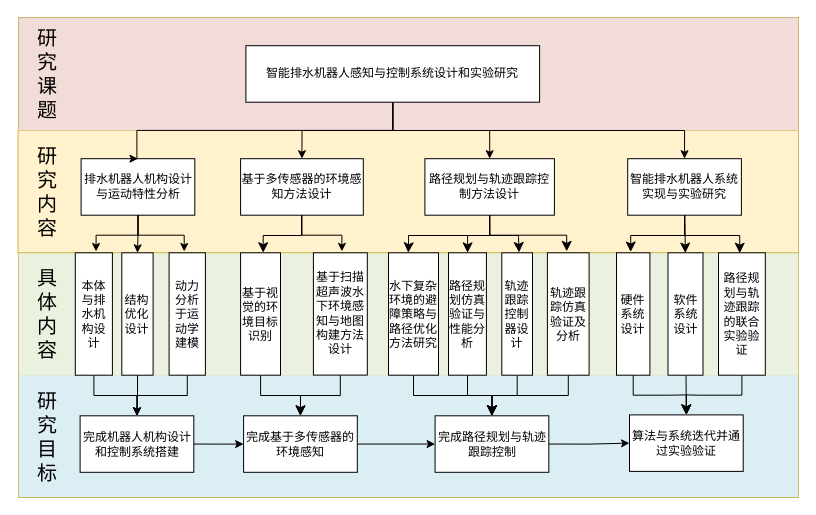
The draw.io diagram lcy.drawio in lcy958756276-dev/my_llm_training, before the edit. Source tidied: cells renumbered, new cells numbered last; positions are measured from the earlier drawing's top-left corner, leaving out a move shared by most shapes. Both pictures are drawn from the tidied source at 100%, with x=0, y=0 at pixel (17, 17).
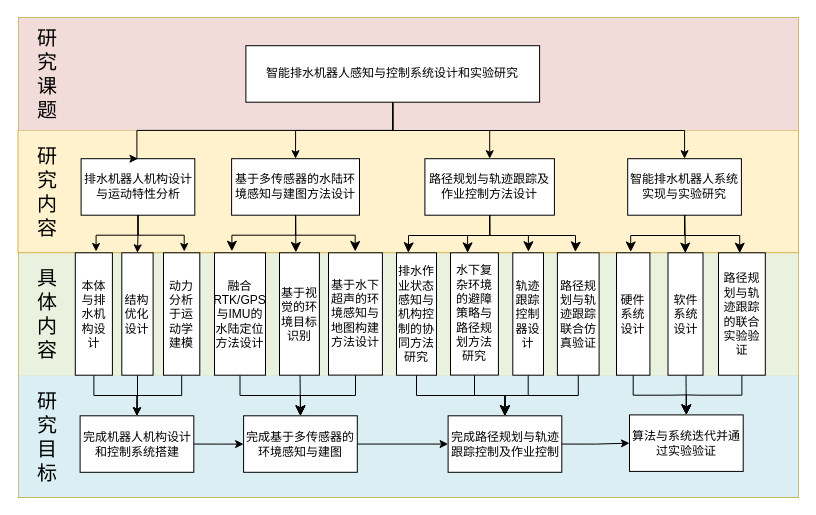
Above is the later version.

The change refers to these unchanged cells:
```xml
<mxCell id="2" style="group;fillColor=#e3c800;fontColor=#000000;strokeColor=#B09500;" parent="1" vertex="1">
  <mxGeometry x="1" width="780" height="480" as="geometry" />
</mxCell>
<mxCell id="5" style="rounded=0;whiteSpace=wrap;html=1;fillColor=#fff2cc;strokeColor=#d6b656;" parent="2" vertex="1">
  <mxGeometry x="-0.5" y="112.9" width="780.5" height="122.3" as="geometry" />
</mxCell>
```

The edit, as a diff of the source:
```diff
@@
     <mxCell id="14" value="动力分析于运动学建模" style="rounded=0;whiteSpace=wrap;html=1;fontFamily=宋体;" parent="2" vertex="1">
-      <mxGeometry x="150.6" y="235.3" width="36.3" height="122.4" as="geometry" />
+      <mxGeometry x="145" y="235.3" width="36.3" height="122.4" as="geometry" />
     </mxCell>
-    <mxCell id="15" value="基于多传感器的环境感知方法设计" style="rounded=0;whiteSpace=wrap;html=1;fontFamily=宋体;" parent="2" vertex="1">
-      <mxGeometry x="222.1" y="141.2" width="122.7" height="56.5" as="geometry" />
+    <mxCell id="15" value="基于多传感器的水陆环境感知与建图方法设计" style="rounded=0;whiteSpace=wrap;html=1;fontFamily=宋体;" parent="2" vertex="1">
+      <mxGeometry x="213.1" y="141.2" width="127.9" height="56.5" as="geometry" />
     </mxCell>
-    <mxCell id="16" style="edgeStyle=orthogonalEdgeStyle;rounded=0;jettySize=auto;html=1;entryX=0.5;entryY=0;entryDx=0;entryDy=0;fontSize=12;startSize=8;endSize=8;" parent="2" edge="1" source="17" target="34">
+    <mxCell id="16" style="edgeStyle=none;curved=1;rounded=0;jettySize=auto;html=1;entryX=0.5;entryY=0;entryDx=0;entryDy=0;fontSize=12;startSize=8;endSize=8;" parent="2" edge="1" source="17" target="34">
       <mxGeometry relative="1" as="geometry" />
     </mxCell>
     <mxCell id="17" value="基于视觉的环境目标识别" style="rounded=0;whiteSpace=wrap;html=1;fontFamily=宋体;" parent="2" vertex="1">
-      <mxGeometry x="222.1" y="235.3" width="39.9" height="122.4" as="geometry" />
+      <mxGeometry x="261" y="235.3" width="39.9" height="122.4" as="geometry" />
     </mxCell>
@@
-    <mxCell id="19" value="路径规划与轨迹跟踪控制方法设计" style="rounded=0;whiteSpace=wrap;html=1;fontFamily=宋体;" parent="2" vertex="1">
+    <mxCell id="19" value="路径规划与轨迹跟踪及作业控制方法设计" style="rounded=0;whiteSpace=wrap;html=1;fontFamily=宋体;" parent="2" vertex="1">
       <mxGeometry x="406.4" y="141.2" width="129.5" height="56.5" as="geometry" />
     </mxCell>
@@
     <mxCell id="21" value="轨迹跟踪控制器设计" style="rounded=0;whiteSpace=wrap;html=1;fontFamily=宋体;" parent="2" vertex="1">
-      <mxGeometry x="483.3" y="235.3" width="30.7" height="122.4" as="geometry" />
+      <mxGeometry x="494.3" y="235.3" width="30.7" height="122.4" as="geometry" />
     </mxCell>
-    <mxCell id="22" style="edgeStyle=orthogonalEdgeStyle;rounded=0;jettySize=auto;html=1;entryX=0.5;entryY=0;entryDx=0;entryDy=0;fontSize=12;startSize=8;endSize=8;" parent="2" edge="1" source="23" target="36">
+    <mxCell id="22" style="edgeStyle=orthogonalEdgeStyle;rounded=0;jettySize=auto;html=1;entryX=0.5;entryY=0;entryDx=0;entryDy=0;fontSize=12;startSize=8;endSize=8;exitX=0.5;exitY=1;exitDx=0;exitDy=0;" parent="2" edge="1" source="23" target="36">
       <mxGeometry relative="1" as="geometry" />
     </mxCell>
-    <mxCell id="23" value="水下复杂环境的避障策略与路径优化方法研究" style="rounded=0;whiteSpace=wrap;html=1;fontFamily=宋体;" parent="2" vertex="1">
-      <mxGeometry x="370" y="235.3" width="50" height="122.4" as="geometry" />
+    <mxCell id="23" value="&lt;div&gt;排水作业状态感知与机构控制的协同方法研究&lt;/div&gt;" style="rounded=0;whiteSpace=wrap;html=1;fontFamily=宋体;" parent="2" vertex="1">
+      <mxGeometry x="378" y="235.3" width="40" height="122.4" as="geometry" />
     </mxCell>
@@
-    <mxCell id="34" value="完成基于多传感器的环境感知" style="rounded=0;whiteSpace=wrap;html=1;fontFamily=宋体;" parent="2" vertex="1">
+    <mxCell id="34" value="完成基于多传感器的环境感知与建图" style="rounded=0;whiteSpace=wrap;html=1;fontFamily=宋体;" parent="2" vertex="1">
       <mxGeometry x="225.1" y="398.3" width="113.7" height="56.5" as="geometry" />
     </mxCell>
@@
-    <mxCell id="36" value="完成路径规划与轨迹跟踪控制" style="rounded=0;whiteSpace=wrap;html=1;fontFamily=宋体;" parent="2" vertex="1">
-      <mxGeometry x="416.6" y="398.3" width="113.7" height="56.5" as="geometry" />
+    <mxCell id="36" value="完成路径规划与轨迹跟踪控制及作业控制" style="rounded=0;whiteSpace=wrap;html=1;fontFamily=宋体;" parent="2" vertex="1">
+      <mxGeometry x="429.6" y="398.3" width="113.7" height="56.5" as="geometry" />
     </mxCell>
@@
-    <mxCell id="47" style="edgeStyle=orthogonalEdgeStyle;rounded=0;jettySize=auto;html=1;entryX=0.5;entryY=0;entryDx=0;entryDy=0;fontSize=12;startSize=8;endSize=8;" parent="2" edge="1" source="48" target="36">
+    <mxCell id="47" style="edgeStyle=orthogonalEdgeStyle;rounded=0;jettySize=auto;html=1;entryX=0.5;entryY=0;entryDx=0;entryDy=0;fontSize=12;startSize=8;endSize=8;exitX=0.5;exitY=1;exitDx=0;exitDy=0;" parent="2" edge="1" source="48" target="36">
       <mxGeometry relative="1" as="geometry" />
     </mxCell>
-    <mxCell id="48" value="轨迹跟踪仿真验证及分析" style="rounded=0;whiteSpace=wrap;html=1;fontFamily=宋体;" parent="2" vertex="1">
-      <mxGeometry x="528.9" y="235.3" width="41.7" height="122.4" as="geometry" />
+    <mxCell id="48" value="路径规划与轨迹跟踪联合仿真验证" style="rounded=0;whiteSpace=wrap;html=1;fontFamily=宋体;" parent="2" vertex="1">
+      <mxGeometry x="538.9" y="235.3" width="41.7" height="122.4" as="geometry" />
     </mxCell>
@@
-    <mxCell id="50" value="基于扫描超声波水下环境感知与地图构建方法设计" style="rounded=0;whiteSpace=wrap;html=1;fontFamily=宋体;" parent="2" vertex="1">
-      <mxGeometry x="294.9" y="235.3" width="53.9" height="122.3" as="geometry" />
+    <mxCell id="50" value="基于水下超声的环境感知与地图构建方法设计" style="rounded=0;whiteSpace=wrap;html=1;fontFamily=宋体;" parent="2" vertex="1">
+      <mxGeometry x="310" y="235.3" width="53.9" height="122.3" as="geometry" />
     </mxCell>
-    <mxCell id="51" style="edgeStyle=orthogonalEdgeStyle;rounded=0;orthogonalLoop=1;jettySize=auto;html=1;entryX=0.327;entryY=0.999;entryDx=0;entryDy=0;entryPerimeter=0;fontSize=12;startSize=8;endSize=8;" parent="2" edge="1">
-      <mxGeometry relative="1" as="geometry">
-        <mxPoint x="283" y="197.6" as="sourcePoint" />
-        <mxPoint x="244.7" y="235.2" as="targetPoint" />
-        <Array as="points">
-          <mxPoint x="283" y="218" />
-          <mxPoint x="245" y="218" />
-        </Array>
-      </mxGeometry>
-    </mxCell>
-    <mxCell id="52" style="edgeStyle=orthogonalEdgeStyle;rounded=0;jettySize=auto;html=1;entryX=0.5;entryY=0;entryDx=0;entryDy=0;fontSize=12;startSize=8;endSize=8;" parent="2" edge="1" source="53" target="36">
-      <mxGeometry relative="1" as="geometry" />
-    </mxCell>
-    <mxCell id="53" value="路径规划仿真验证与性能分析" style="rounded=0;whiteSpace=wrap;html=1;fontFamily=宋体;" parent="2" vertex="1">
-      <mxGeometry x="430" y="235.3" width="37.9" height="122.4" as="geometry" />
-    </mxCell>
@@
-    <mxCell id="55" style="edgeStyle=orthogonalEdgeStyle;rounded=0;jettySize=auto;html=1;entryX=0.642;entryY=0.998;entryDx=0;entryDy=0;entryPerimeter=0;fontSize=12;startSize=8;endSize=8;exitX=0.5;exitY=1;exitDx=0;exitDy=0;" parent="2" edge="1" source="19" target="5">
-      <mxGeometry relative="1" as="geometry">
-        <Array as="points">
-          <mxPoint x="471" y="218" />
-          <mxPoint x="500" y="218" />
-          <mxPoint x="500" y="220" />
-          <mxPoint x="501" y="220" />
-        </Array>
-      </mxGeometry>
-    </mxCell>
-    <mxCell id="56" style="edgeStyle=orthogonalEdgeStyle;rounded=0;jettySize=auto;html=1;entryX=0.703;entryY=0.989;entryDx=0;entryDy=0;entryPerimeter=0;fontSize=12;startSize=8;endSize=8;exitX=0.5;exitY=1;exitDx=0;exitDy=0;" parent="2" edge="1" source="19" target="5">
-      <mxGeometry relative="1" as="geometry" />
-    </mxCell>
@@
-    <mxCell id="60" style="edgeStyle=orthogonalEdgeStyle;rounded=0;jettySize=auto;html=1;entryX=0.415;entryY=0.989;entryDx=0;entryDy=0;entryPerimeter=0;" parent="2" edge="1" source="15" target="5">
-      <mxGeometry relative="1" as="geometry" />
-    </mxCell>
@@
+    <mxCell id="63" style="edgeStyle=orthogonalEdgeStyle;rounded=0;jettySize=auto;html=1;entryX=0.5;entryY=0;entryDx=0;entryDy=0;fontSize=12;startSize=8;endSize=8;" parent="2" edge="1" source="64" target="34">
+      <mxGeometry relative="1" as="geometry" />
+    </mxCell>
+    <mxCell id="64" value="融合RTK/GPS与IMU的水陆定位方法设计" style="rounded=0;whiteSpace=wrap;html=1;fontFamily=宋体;" parent="2" vertex="1">
+      <mxGeometry x="196" y="235.3" width="51" height="122.4" as="geometry" />
+    </mxCell>
+    <mxCell id="65" style="edgeStyle=orthogonalEdgeStyle;rounded=0;jettySize=auto;html=1;entryX=0.714;entryY=0.994;entryDx=0;entryDy=0;entryPerimeter=0;fontSize=12;startSize=8;endSize=8;exitX=0.5;exitY=1;exitDx=0;exitDy=0;" parent="2" edge="1" source="19" target="5">
+      <mxGeometry relative="1" as="geometry">
+        <Array as="points">
+          <mxPoint x="471" y="218" />
+          <mxPoint x="557" y="218" />
+          <mxPoint x="557" y="230" />
+          <mxPoint x="557" y="230" />
+        </Array>
+      </mxGeometry>
+    </mxCell>
+    <mxCell id="66" style="edgeStyle=orthogonalEdgeStyle;rounded=0;jettySize=auto;html=1;entryX=0.432;entryY=0.99;entryDx=0;entryDy=0;entryPerimeter=0;fontSize=12;startSize=8;endSize=8;exitX=0.5;exitY=1;exitDx=0;exitDy=0;" parent="2" edge="1" source="15" target="5">
+      <mxGeometry relative="1" as="geometry" />
+    </mxCell>
+    <mxCell id="67" style="edgeStyle=none;curved=1;rounded=0;jettySize=auto;html=1;entryX=0.356;entryY=0.997;entryDx=0;entryDy=0;entryPerimeter=0;fontSize=12;startSize=8;endSize=8;" parent="2" edge="1" source="15" target="5">
+      <mxGeometry relative="1" as="geometry" />
+    </mxCell>
+    <mxCell id="68" style="edgeStyle=orthogonalEdgeStyle;rounded=0;jettySize=auto;html=1;entryX=0.274;entryY=0.988;entryDx=0;entryDy=0;entryPerimeter=0;fontSize=12;startSize=8;endSize=8;exitX=0.5;exitY=1;exitDx=0;exitDy=0;" parent="2" edge="1" source="15" target="5">
+      <mxGeometry relative="1" as="geometry" />
+    </mxCell>
+    <mxCell id="69" style="edgeStyle=orthogonalEdgeStyle;rounded=0;jettySize=auto;html=1;entryX=0.654;entryY=0.992;entryDx=0;entryDy=0;entryPerimeter=0;fontSize=12;startSize=8;endSize=8;exitX=0.5;exitY=1;exitDx=0;exitDy=0;" parent="2" edge="1" source="19" target="5">
+      <mxGeometry relative="1" as="geometry">
+        <Array as="points">
+          <mxPoint x="471" y="218" />
+          <mxPoint x="510" y="218" />
+        </Array>
+      </mxGeometry>
+    </mxCell>
+    <mxCell id="52" style="edgeStyle=orthogonalEdgeStyle;rounded=0;jettySize=auto;html=1;entryX=0.5;entryY=0;entryDx=0;entryDy=0;fontSize=12;startSize=8;endSize=8;" parent="1" edge="1" source="53" target="36">
+      <mxGeometry relative="1" as="geometry" />
+    </mxCell>
+    <mxCell id="53" value="&lt;div&gt;水下复杂环境的避障策略与路径规划方法研究&lt;/div&gt;" style="rounded=0;whiteSpace=wrap;html=1;fontFamily=宋体;" parent="1" vertex="1">
+      <mxGeometry x="433" y="235.3" width="47.9" height="122.3" as="geometry" />
+    </mxCell>
```
